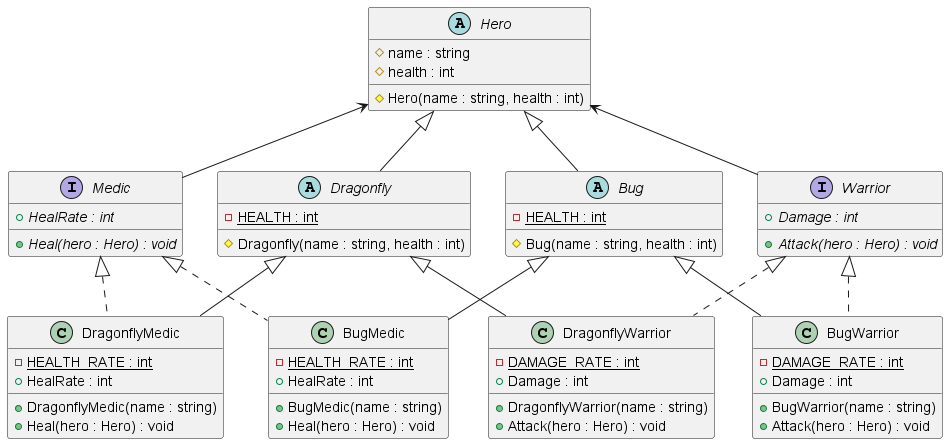
Above: Heroes.Core/diagram_class.png in anst-foto/Heroes (PlantUML), before the change.
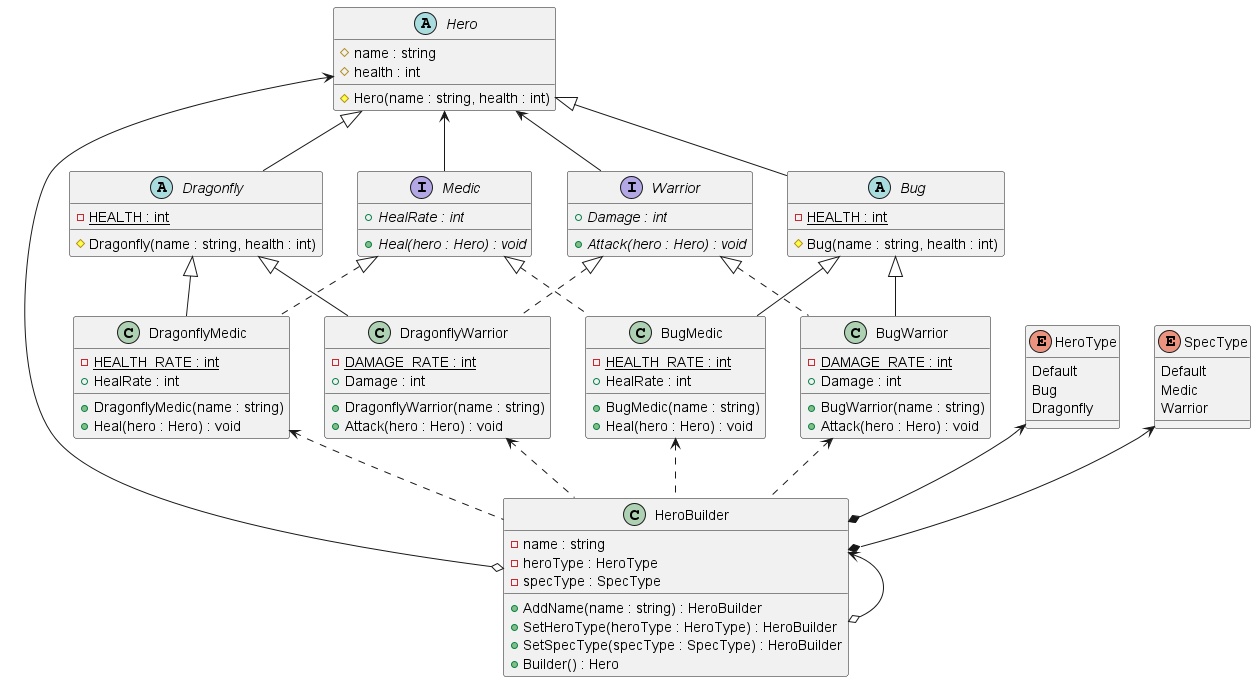
The same file after the commit.

Commit message:
Update class diagram

Change to the diagram source:
```diff
@@ -67,4 +67,34 @@
 + Heal(hero : Hero) : void
 }
 
+enum HeroType {
+Default
+Bug
+Dragonfly
+}
+
+enum SpecType {
+Default
+Medic
+Warrior
+}
+
+HeroType <--* HeroBuilder
+SpecType <--* HeroBuilder
+Hero <--o HeroBuilder
+HeroBuilder <--o HeroBuilder
+class HeroBuilder {
+- name : string
+- heroType : HeroType
+- specType : SpecType
++ AddName(name : string) : HeroBuilder
++ SetHeroType(heroType : HeroType) : HeroBuilder
++ SetSpecType(specType : SpecType) : HeroBuilder
++ Builder() : Hero
+}
+BugMedic <.. HeroBuilder
+BugWarrior <.. HeroBuilder
+DragonflyMedic <.. HeroBuilder
+DragonflyWarrior <.. HeroBuilder
+
 @enduml
```
